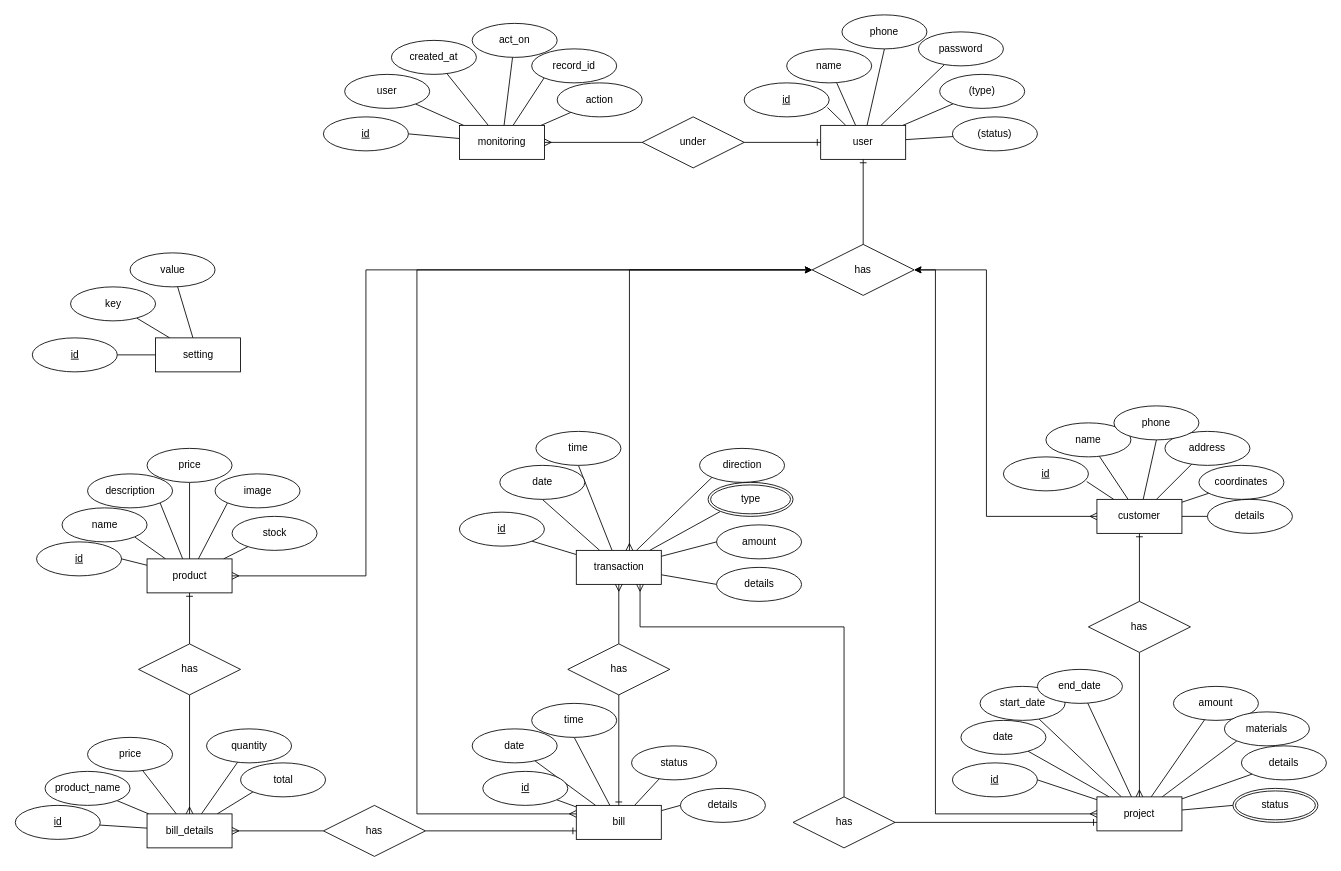
Before: page "ERD" (1 of 2) of Diagrams/drawio/ModernHouse.drawio in khaledfathi/ModernHouse, a draw.io diagram. Source tidied: cells renumbered, new cells numbered last; positions are measured from the earlier drawing's top-left corner, leaving out a move shared by most shapes. Both pictures are drawn from the tidied source at 85%, with x=0, y=0 at pixel (15, 14).
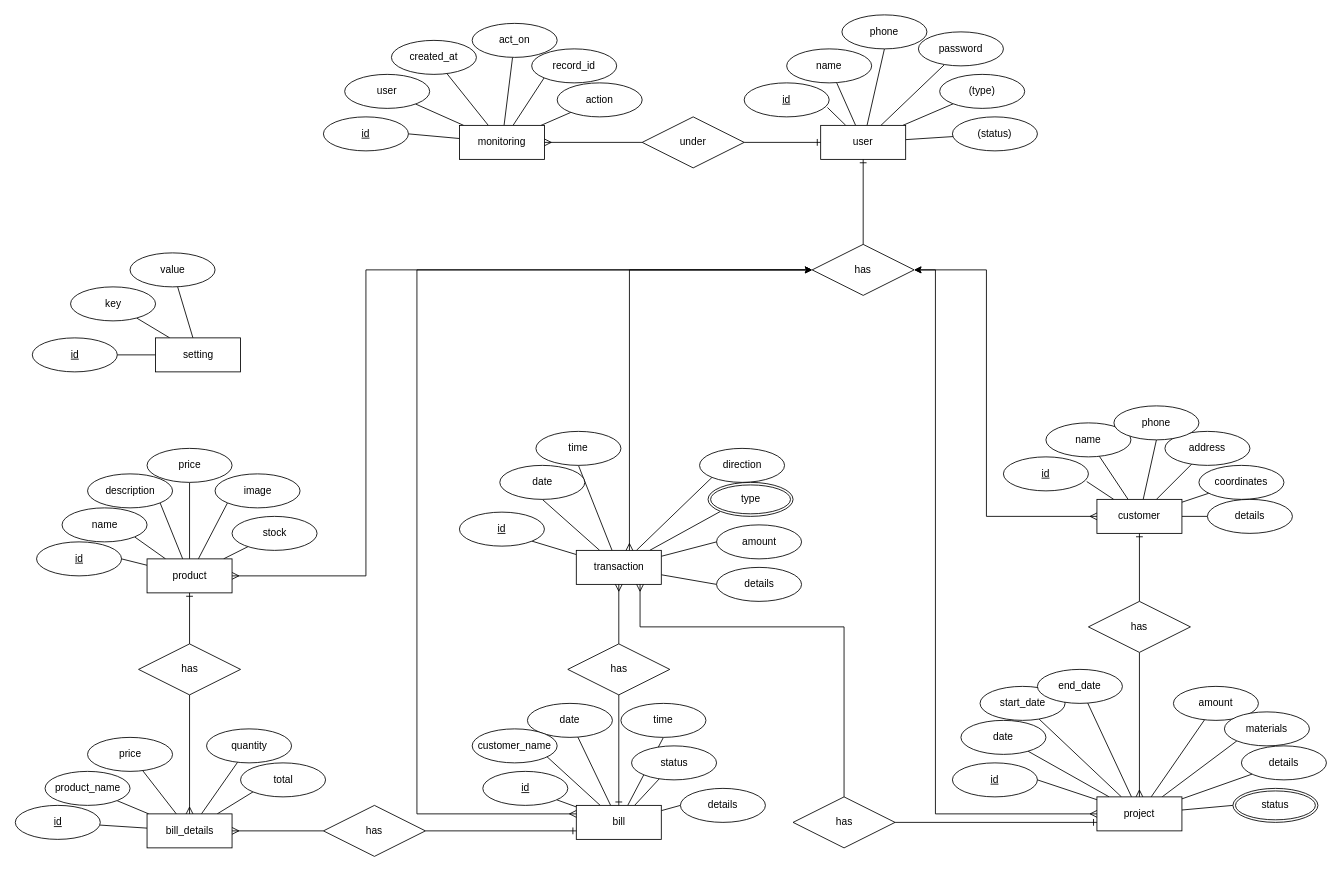
After the change.

The change refers to these unchanged cells:
```xml
<mxCell id="31" value="bill" style="whiteSpace=wrap;html=1;align=center;" parent="1" vertex="1">
  <mxGeometry x="659.5" y="930" width="100" height="40" as="geometry" />
</mxCell>
```

Change to the diagram source:
```diff
@@
+    <mxCell id="141" style="rounded=0;jettySize=auto;html=1;endArrow=none;endFill=0;" parent="1" edge="1" source="31">
+      <mxGeometry relative="1" as="geometry">
+        <mxPoint x="622" y="870" as="targetPoint" />
+      </mxGeometry>
+    </mxCell>
@@
     <mxCell id="79" value="date" style="ellipse;whiteSpace=wrap;html=1;align=center;" parent="1" vertex="1">
-      <mxGeometry x="537" y="840" width="100" height="40" as="geometry" />
+      <mxGeometry x="602" y="810" width="100" height="40" as="geometry" />
     </mxCell>
@@
     <mxCell id="138" value="time" style="ellipse;whiteSpace=wrap;html=1;align=center;" parent="1" vertex="1">
-      <mxGeometry x="607" y="810" width="100" height="40" as="geometry" />
+      <mxGeometry x="712" y="810" width="100" height="40" as="geometry" />
     </mxCell>
@@
+    <mxCell id="142" value="customer_name" style="ellipse;whiteSpace=wrap;html=1;align=center;" parent="1" vertex="1">
+      <mxGeometry x="537" y="840" width="100" height="40" as="geometry" />
+    </mxCell>
```
